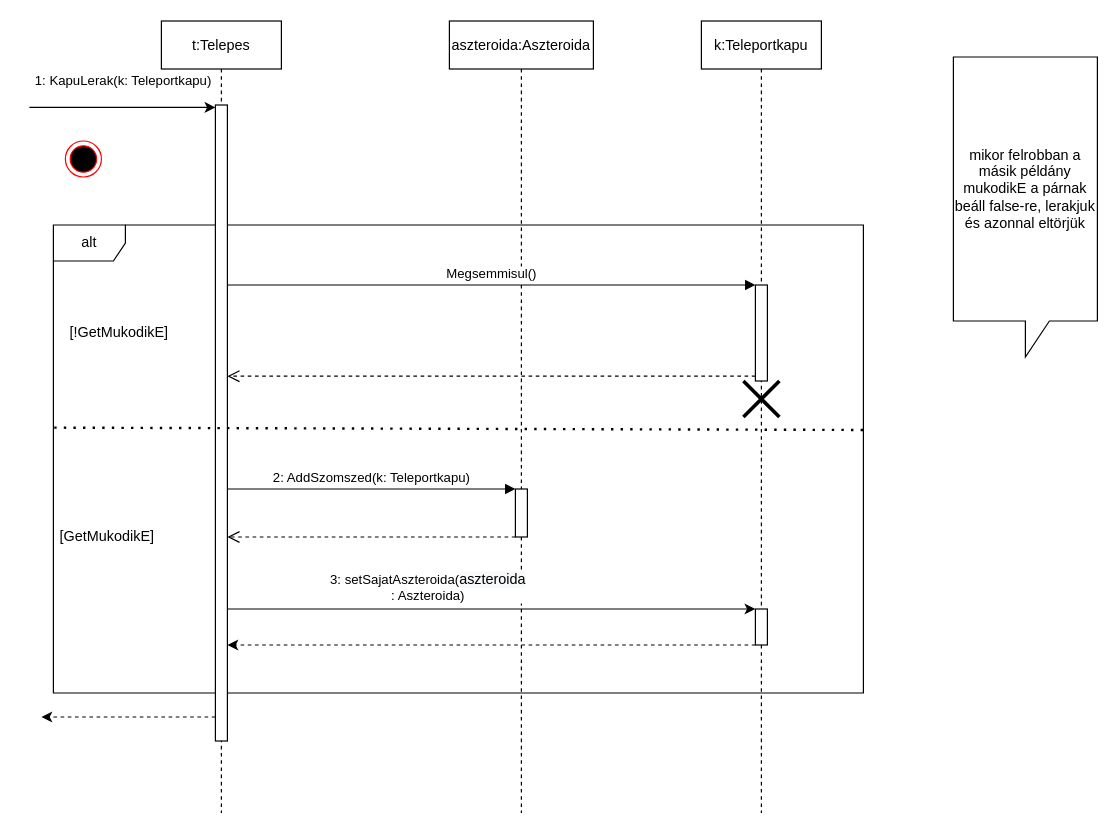
torpeBoiGo/aszteroidabanyaszat keeps this draw.io diagram as doc/uml/placeNyersanyag.drawio. Above is the earlier version. Source tidied: cells renumbered, new cells numbered last; positions are measured from the earlier drawing's top-left corner, leaving out a move shared by most shapes. Both pictures are drawn from the tidied source at 120%, with x=0, y=0 at pixel (29, 20).
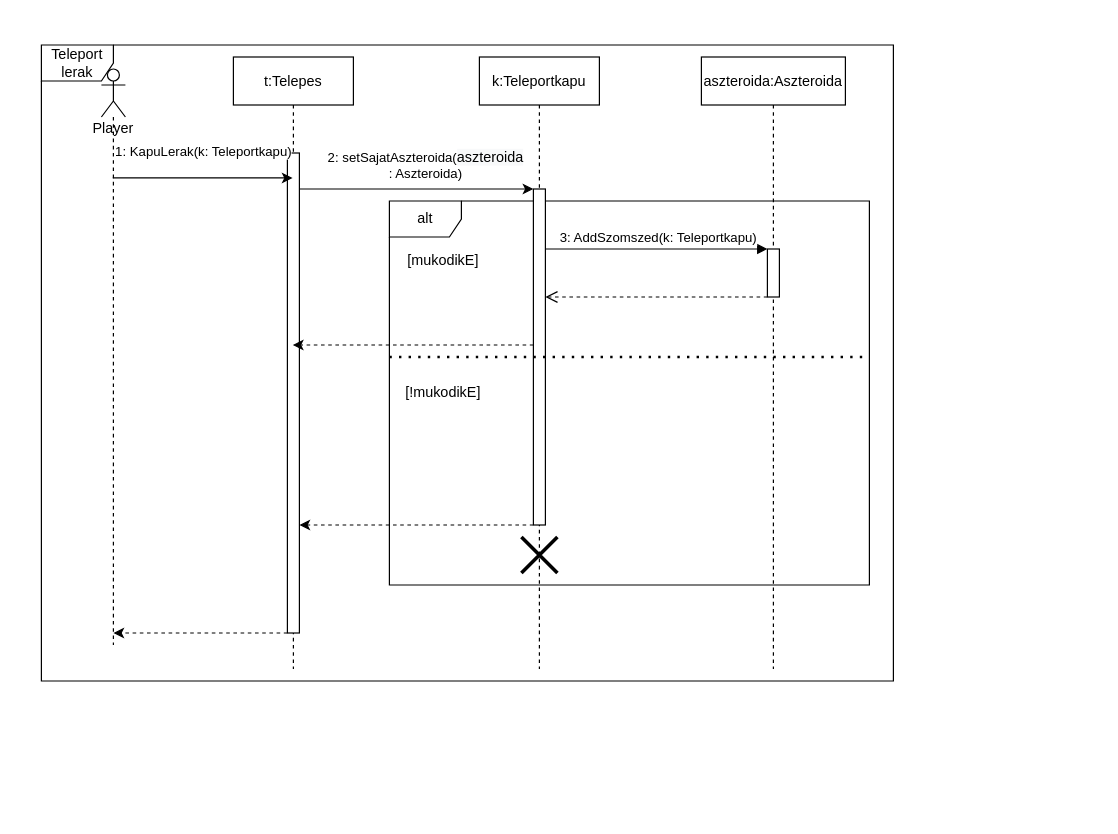
After the change.

Change to the diagram source:
```diff
@@
+    <mxCell id="24" value="Teleport lerak" style="shape=umlFrame;whiteSpace=wrap;html=1;" parent="1" vertex="1">
+      <mxGeometry x="10" y="20" width="710" height="530" as="geometry" />
+    </mxCell>
     <mxCell id="2" value="alt" style="shape=umlFrame;whiteSpace=wrap;html=1;" parent="1" vertex="1">
-      <mxGeometry x="20" y="170" width="675" height="390" as="geometry" />
+      <mxGeometry x="300" y="150" width="400" height="320" as="geometry" />
     </mxCell>
     <mxCell id="3" value="t:Telepes" style="shape=umlLifeline;perimeter=lifelinePerimeter;rounded=0;shadow=0;strokeWidth=1;" parent="1" vertex="1">
-      <mxGeometry x="110" width="100" height="660" as="geometry" />
+      <mxGeometry x="170" y="30" width="100" height="510" as="geometry" />
     </mxCell>
     <mxCell id="4" style="points=[];perimeter=orthogonalPerimeter;rounded=0;shadow=0;strokeWidth=1;" parent="3" vertex="1">
-      <mxGeometry x="45" y="70" width="10" height="530" as="geometry" />
+      <mxGeometry x="45" y="80" width="10" height="400" as="geometry" />
     </mxCell>
     <mxCell id="5" value="aszteroida:Aszteroida" style="shape=umlLifeline;perimeter=lifelinePerimeter;rounded=0;shadow=0;strokeWidth=1;" parent="1" vertex="1">
-      <mxGeometry x="350" width="120" height="660" as="geometry" />
+      <mxGeometry x="560" y="30" width="120" height="510" as="geometry" />
     </mxCell>
     <mxCell id="6" style="points=[];perimeter=orthogonalPerimeter;rounded=0;shadow=0;strokeWidth=1;" parent="5" vertex="1">
-      <mxGeometry x="55" y="390" width="10" height="40" as="geometry" />
+      <mxGeometry x="55" y="160" width="10" height="40" as="geometry" />
     </mxCell>
-    <mxCell id="7" value="1: KapuLerak(k: Teleportkapu)" style="endArrow=classic;html=1;" parent="1" edge="1">
-      <mxGeometry y="22" relative="1" as="geometry">
-        <mxPoint y="72" as="sourcePoint" />
-        <mxPoint x="155" y="72" as="targetPoint" />
-      </mxGeometry>
+    <mxCell id="7" value="1: KapuLerak(k: Teleportkapu)" style="endArrow=classic;html=1;entryX=0.433;entryY=0.052;entryDx=0;entryDy=0;entryPerimeter=0;" parent="1" edge="1" source="28" target="4">
+      <mxGeometry y="22" relative="1" as="geometry" />
     </mxCell>
-    <mxCell id="8" style="endArrow=classic;html=1;dashed=1;" parent="1" edge="1">
+    <mxCell id="8" style="endArrow=classic;html=1;dashed=1;" parent="1" edge="1" source="4">
       <mxGeometry relative="1" as="geometry">
-        <mxPoint x="155" y="580" as="sourcePoint" />
-        <mxPoint x="10" y="580" as="targetPoint" />
+        <mxPoint x="70" y="510" as="targetPoint" />
         <Array as="points">
-          <mxPoint x="120" y="580" />
+          <mxPoint x="160" y="510" />
         </Array>
       </mxGeometry>
     </mxCell>
     <mxCell id="9" value="k:Teleportkapu" style="shape=umlLifeline;perimeter=lifelinePerimeter;rounded=0;shadow=0;strokeWidth=1;" parent="1" vertex="1">
-      <mxGeometry x="560" width="100" height="660" as="geometry" />
+      <mxGeometry x="375" y="30" width="100" height="510" as="geometry" />
     </mxCell>
     <mxCell id="10" style="points=[];perimeter=orthogonalPerimeter;rounded=0;shadow=0;strokeWidth=1;" parent="9" vertex="1">
-      <mxGeometry x="45" y="490" width="10" height="30" as="geometry" />
+      <mxGeometry x="45" y="110" width="10" height="280" as="geometry" />
     </mxCell>
-    <mxCell id="11" style="html=1;points=[];perimeter=orthogonalPerimeter;" parent="9" vertex="1">
-      <mxGeometry x="45" y="220" width="10" height="80" as="geometry" />
-    </mxCell>
-    <mxCell id="12" style="shape=umlDestroy;whiteSpace=wrap;html=1;strokeWidth=3;" parent="9" vertex="1">
-      <mxGeometry x="35" y="300" width="30" height="30" as="geometry" />
-    </mxCell>
+    <mxCell id="25" style="shape=umlDestroy;whiteSpace=wrap;html=1;strokeWidth=3;" parent="9" vertex="1">
+      <mxGeometry x="35" y="400" width="30" height="30" as="geometry" />
+    </mxCell>
-    <mxCell id="13" value="3: setSajatAszteroida(&lt;span style=&quot;font-size: 12px ; background-color: rgb(248 , 249 , 250)&quot;&gt;aszteroida&lt;/span&gt;&lt;br&gt;: Aszteroida)" style="endArrow=classic;html=1;" parent="1" edge="1" source="4" target="10">
-      <mxGeometry x="-0.24" y="18" relative="1" as="geometry">
+    <mxCell id="13" value="2: setSajatAszteroida(&lt;span style=&quot;font-size: 12px ; background-color: rgb(248 , 249 , 250)&quot;&gt;aszteroida&lt;/span&gt;&lt;br&gt;: Aszteroida)" style="endArrow=classic;html=1;" parent="1" edge="1" source="4" target="10">
+      <mxGeometry x="0.08" y="20" relative="1" as="geometry">
         <Array as="points">
-          <mxPoint x="440" y="490" />
+          <mxPoint x="350" y="140" />
         </Array>
       </mxGeometry>
     </mxCell>
-    <mxCell id="14" style="endArrow=classic;html=1;dashed=1;" parent="1" edge="1">
+    <mxCell id="14" style="endArrow=classic;html=1;dashed=1;" parent="1" edge="1" source="10" target="3">
       <mxGeometry relative="1" as="geometry">
-        <mxPoint x="605" y="520" as="sourcePoint" />
-        <mxPoint x="165" y="520" as="targetPoint" />
         <Array as="points">
-          <mxPoint x="200" y="520" />
+          <mxPoint x="400" y="270" />
         </Array>
       </mxGeometry>
     </mxCell>
-    <mxCell id="15" style="html=1;verticalAlign=bottom;endArrow=open;dashed=1;endSize=8;" parent="1" edge="1">
+    <mxCell id="15" style="html=1;verticalAlign=bottom;endArrow=open;dashed=1;endSize=8;" parent="1" edge="1" source="6" target="10">
       <mxGeometry relative="1" as="geometry">
-        <mxPoint x="405" y="430" as="sourcePoint" />
-        <mxPoint x="165" y="430" as="targetPoint" />
+        <Array as="points">
+          <mxPoint x="560" y="230" />
+        </Array>
       </mxGeometry>
     </mxCell>
-    <mxCell id="16" value="2: AddSzomszed(k: Teleportkapu)" style="html=1;verticalAlign=bottom;endArrow=block;" parent="1" edge="1" source="4" target="6">
-      <mxGeometry relative="1" as="geometry" />
+    <mxCell id="16" value="3: AddSzomszed(k: Teleportkapu)" style="html=1;verticalAlign=bottom;endArrow=block;" parent="1" edge="1" source="10" target="6">
+      <mxGeometry x="0.02" relative="1" as="geometry">
+        <Array as="points">
+          <mxPoint x="510" y="190" />
+        </Array>
+      </mxGeometry>
     </mxCell>
-    <mxCell id="17" style="endArrow=none;dashed=1;html=1;dashPattern=1 3;strokeWidth=2;entryX=1.003;entryY=0.438;entryDx=0;entryDy=0;entryPerimeter=0;exitX=0.001;exitY=0.433;exitDx=0;exitDy=0;exitPerimeter=0;" parent="1" edge="1" source="2" target="2">
-      <mxGeometry relative="1" as="geometry" />
-    </mxCell>
-    <mxCell id="18" value="Megsemmisul()" style="html=1;verticalAlign=bottom;endArrow=block;entryX=0;entryY=0;" parent="1" edge="1" source="4" target="11">
-      <mxGeometry relative="1" as="geometry" />
-    </mxCell>
-    <mxCell id="19" style="html=1;verticalAlign=bottom;endArrow=open;dashed=1;endSize=8;exitX=0;exitY=0.95;" parent="1" edge="1" source="11" target="4">
-      <mxGeometry x="0.02" y="-16" relative="1" as="geometry">
-        <Array as="points">
-          <mxPoint x="390" y="296" />
-        </Array>
-      </mxGeometry>
-    </mxCell>
-    <mxCell id="20" value="[!GetMukodikE]" style="text;html=1;strokeColor=none;fillColor=none;align=center;verticalAlign=middle;whiteSpace=wrap;rounded=0;" parent="1" vertex="1">
-      <mxGeometry x="10" y="250" width="130" height="20" as="geometry" />
+    <mxCell id="20" value="[!mukodikE]" style="text;html=1;strokeColor=none;fillColor=none;align=center;verticalAlign=middle;whiteSpace=wrap;rounded=0;" parent="1" vertex="1">
+      <mxGeometry x="280" y="300" width="130" height="20" as="geometry" />
     </mxCell>
-    <mxCell id="21" value="[GetMukodikE]" style="text;html=1;strokeColor=none;fillColor=none;align=center;verticalAlign=middle;whiteSpace=wrap;rounded=0;" parent="1" vertex="1">
-      <mxGeometry y="420" width="130" height="20" as="geometry" />
+    <mxCell id="21" value="[mukodikE]" style="text;html=1;strokeColor=none;fillColor=none;align=center;verticalAlign=middle;whiteSpace=wrap;rounded=0;" parent="1" vertex="1">
+      <mxGeometry x="280" y="190" width="130" height="20" as="geometry" />
     </mxCell>
-    <mxCell id="22" value="mikor felrobban a másik példány mukodikE a párnak beáll false-re, lerakjuk és azonnal eltörjük" style="shape=callout;whiteSpace=wrap;html=1;perimeter=calloutPerimeter;" parent="1" vertex="1">
-      <mxGeometry x="770" y="30" width="120" height="250" as="geometry" />
-    </mxCell>
-    <mxCell id="23" style="ellipse;html=1;shape=endState;fillColor=#000000;strokeColor=#ff0000;" parent="1" vertex="1">
-      <mxGeometry x="30" y="100" width="30" height="30" as="geometry" />
-    </mxCell>
+    <mxCell id="26" style="endArrow=none;dashed=1;html=1;dashPattern=1 3;strokeWidth=2;" parent="1" edge="1">
+      <mxGeometry relative="1" as="geometry">
+        <mxPoint x="300" y="280" as="sourcePoint" />
+        <mxPoint x="700" y="280" as="targetPoint" />
+      </mxGeometry>
+    </mxCell>
+    <mxCell id="27" style="endArrow=classic;html=1;dashed=1;" parent="1" edge="1" source="10" target="4">
+      <mxGeometry relative="1" as="geometry">
+        <Array as="points">
+          <mxPoint x="370" y="420" />
+        </Array>
+      </mxGeometry>
+    </mxCell>
+    <mxCell id="28" value="Player" style="shape=umlLifeline;participant=umlActor;perimeter=lifelinePerimeter;whiteSpace=wrap;html=1;verticalAlign=top;spacingTop=36;outlineConnect=0;" parent="1" vertex="1">
+      <mxGeometry x="60" y="40" width="20" height="480" as="geometry" />
+    </mxCell>
```
